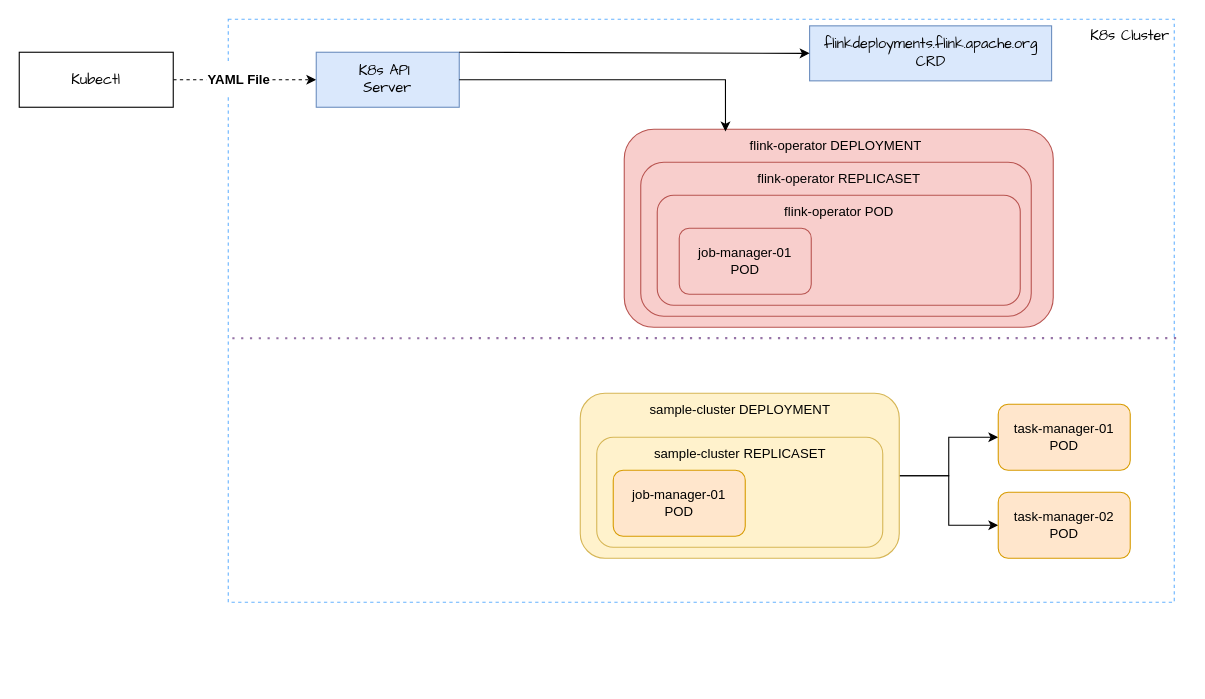
xinzhuxiansheng/blog-notes keeps this draw.io diagram as page "YAML 提交" (1 of 4) of Drawio/Flink Kubernetes Operator.drawio. Above is the earlier version. Source tidied: cells renumbered, new cells numbered last; positions are measured from the earlier drawing's top-left corner, leaving out a move shared by most shapes. Both pictures are drawn from the tidied source at 110%, with x=0, y=0 at pixel (19, 19).
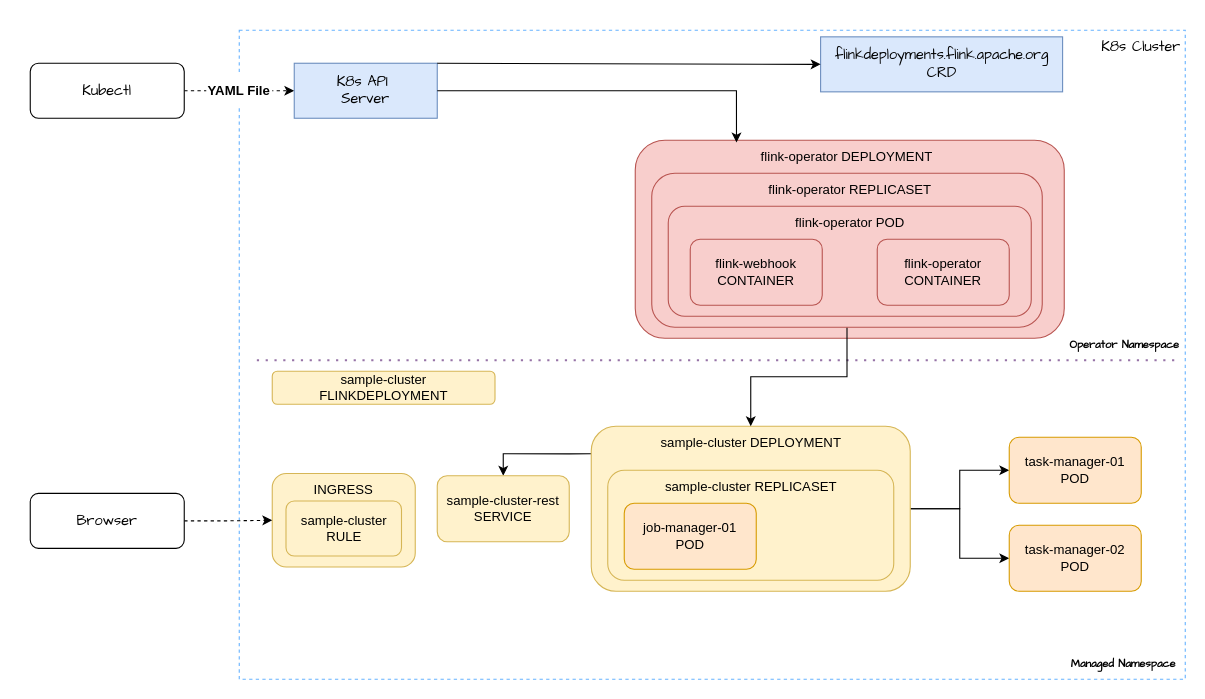
The same page after the edit.

The edit, as a diff of the source:
```diff
@@
-    <mxCell id="2" style="rounded=0;whiteSpace=wrap;html=1;gradientColor=none;fillColor=none;dashed=1;strokeColor=#66B2FF;fontFamily=Comic Sans MS;fontSize=13;" parent="1" vertex="1">
-      <mxGeometry x="190" width="860" height="530" as="geometry" />
-    </mxCell>
+    <mxCell id="28" style="rounded=0;whiteSpace=wrap;html=1;gradientColor=none;fillColor=none;dashed=1;strokeColor=#66B2FF;fontFamily=Comic Sans MS;fontSize=13;" parent="1" vertex="1">
+      <mxGeometry x="200" y="10" width="860" height="590" as="geometry" />
+    </mxCell>
@@
-    <mxCell id="4" value="Kubectl" style="rounded=0;whiteSpace=wrap;html=1;fontFamily=Comic Sans MS;fontSize=13;" parent="1" vertex="1">
-      <mxGeometry y="30" width="140" height="50" as="geometry" />
+    <mxCell id="4" value="Kubectl" style="rounded=1;whiteSpace=wrap;html=1;fontFamily=Comic Sans MS;fontSize=13;" parent="1" vertex="1">
+      <mxGeometry x="10" y="40" width="140" height="50" as="geometry" />
     </mxCell>
     <mxCell id="5" value="K8s API&amp;nbsp;&lt;br style=&quot;font-size: 13px;&quot;&gt;Server" style="rounded=0;whiteSpace=wrap;html=1;fontFamily=Comic Sans MS;fontSize=13;fillColor=#dae8fc;strokeColor=#6c8ebf;" parent="1" vertex="1">
-      <mxGeometry x="270" y="30" width="130" height="50" as="geometry" />
+      <mxGeometry x="250" y="40" width="130" height="50" as="geometry" />
     </mxCell>
     <mxCell id="6" value="flinkdeployments.flink.apache.org&lt;br&gt;CRD" style="rounded=0;whiteSpace=wrap;html=1;fontFamily=Comic Sans MS;fontSize=13;fillColor=#dae8fc;strokeColor=#6c8ebf;" parent="1" vertex="1">
-      <mxGeometry x="718.5" y="6" width="220" height="50" as="geometry" />
+      <mxGeometry x="728.5" y="16" width="220" height="50" as="geometry" />
     </mxCell>
     <mxCell id="7" value="K8s Cluster" style="text;html=1;align=center;verticalAlign=middle;whiteSpace=wrap;rounded=0;fontFamily=Comic Sans MS;fontSize=13;" parent="1" vertex="1">
-      <mxGeometry x="970" width="80" height="30" as="geometry" />
+      <mxGeometry x="980" y="10" width="80" height="30" as="geometry" />
     </mxCell>
     <mxCell id="8" value="YAML File" style="text;html=1;align=center;verticalAlign=middle;whiteSpace=wrap;rounded=0;fillColor=default;fontStyle=1;" parent="1" vertex="1">
-      <mxGeometry x="170" y="40" width="60" height="30" as="geometry" />
+      <mxGeometry x="170" y="50" width="60" height="30" as="geometry" />
     </mxCell>
-    <mxCell id="9" style="endArrow=none;dashed=1;html=1;dashPattern=1 3;strokeWidth=2;rounded=0;exitX=1.002;exitY=0.547;exitDx=0;exitDy=0;entryX=0;entryY=0.25;entryDx=0;entryDy=0;fillColor=#e1d5e7;strokeColor=#9673a6;exitPerimeter=0;" parent="1" edge="1" source="2">
-      <mxGeometry relative="1" as="geometry">
-        <mxPoint x="190" y="290" as="targetPoint" />
-      </mxGeometry>
-    </mxCell>
-    <mxCell id="10" style="edgeStyle=orthogonalEdgeStyle;rounded=0;jettySize=auto;html=1;entryX=0;entryY=0.5;entryDx=0;entryDy=0;" parent="1" edge="1" source="12" target="17">
-      <mxGeometry relative="1" as="geometry" />
-    </mxCell>
-    <mxCell id="11" style="edgeStyle=orthogonalEdgeStyle;rounded=0;jettySize=auto;html=1;" parent="1" edge="1" source="12" target="18">
-      <mxGeometry relative="1" as="geometry" />
-    </mxCell>
-    <mxCell id="12" style="rounded=1;whiteSpace=wrap;html=1;fillColor=#fff2cc;strokeColor=#d6b656;" parent="1" vertex="1">
-      <mxGeometry x="510" y="340" width="290" height="150" as="geometry" />
-    </mxCell>
-    <mxCell id="13" style="rounded=1;whiteSpace=wrap;html=1;fillColor=#fff2cc;strokeColor=#d6b656;" parent="1" vertex="1">
-      <mxGeometry x="525" y="380" width="260" height="100" as="geometry" />
-    </mxCell>
+    <mxCell id="29" style="endArrow=none;dashed=1;html=1;dashPattern=1 3;strokeWidth=2;rounded=0;fillColor=#e1d5e7;strokeColor=#9673a6;" parent="1" edge="1">
+      <mxGeometry relative="1" as="geometry">
+        <mxPoint x="1050" y="310" as="sourcePoint" />
+        <mxPoint x="210" y="310" as="targetPoint" />
+      </mxGeometry>
+    </mxCell>
+    <mxCell id="30" style="edgeStyle=orthogonalEdgeStyle;rounded=0;jettySize=auto;html=1;entryX=0;entryY=0.5;entryDx=0;entryDy=0;" parent="1" edge="1" source="33" target="17">
+      <mxGeometry relative="1" as="geometry" />
+    </mxCell>
+    <mxCell id="31" style="edgeStyle=orthogonalEdgeStyle;rounded=0;jettySize=auto;html=1;" parent="1" edge="1" source="33" target="18">
+      <mxGeometry relative="1" as="geometry" />
+    </mxCell>
+    <mxCell id="32" style="edgeStyle=orthogonalEdgeStyle;rounded=0;jettySize=auto;html=1;entryX=0.5;entryY=0;entryDx=0;entryDy=0;exitX=0;exitY=0.167;exitDx=0;exitDy=0;exitPerimeter=0;" parent="1" edge="1" source="33" target="43">
+      <mxGeometry relative="1" as="geometry" />
+    </mxCell>
+    <mxCell id="33" style="rounded=1;whiteSpace=wrap;html=1;fillColor=#fff2cc;strokeColor=#d6b656;" parent="1" vertex="1">
+      <mxGeometry x="520" y="370" width="290" height="150" as="geometry" />
+    </mxCell>
+    <mxCell id="34" style="rounded=1;whiteSpace=wrap;html=1;fillColor=#fff2cc;strokeColor=#d6b656;" parent="1" vertex="1">
+      <mxGeometry x="535" y="410" width="260" height="100" as="geometry" />
+    </mxCell>
     <mxCell id="14" value="job-manager-01&lt;br&gt;POD" style="rounded=1;whiteSpace=wrap;html=1;fillColor=#ffe6cc;strokeColor=#d79b00;" parent="1" vertex="1">
-      <mxGeometry x="540" y="410" width="120" height="60" as="geometry" />
+      <mxGeometry x="550" y="440" width="120" height="60" as="geometry" />
     </mxCell>
     <mxCell id="15" value="sample-cluster DEPLOYMENT" style="text;html=1;align=center;verticalAlign=middle;whiteSpace=wrap;rounded=0;" parent="1" vertex="1">
-      <mxGeometry x="567.5" y="340" width="175" height="30" as="geometry" />
+      <mxGeometry x="577.5" y="370" width="175" height="30" as="geometry" />
     </mxCell>
     <mxCell id="16" value="sample-cluster REPLICASET" style="text;html=1;align=center;verticalAlign=middle;whiteSpace=wrap;rounded=0;" parent="1" vertex="1">
-      <mxGeometry x="567.5" y="380" width="175" height="30" as="geometry" />
+      <mxGeometry x="577.5" y="410" width="175" height="30" as="geometry" />
     </mxCell>
     <mxCell id="17" value="task-manager-01&lt;br&gt;POD" style="rounded=1;whiteSpace=wrap;html=1;fillColor=#ffe6cc;strokeColor=#d79b00;" parent="1" vertex="1">
-      <mxGeometry x="890" y="350" width="120" height="60" as="geometry" />
+      <mxGeometry x="900" y="380" width="120" height="60" as="geometry" />
     </mxCell>
     <mxCell id="18" value="task-manager-02&lt;br&gt;POD" style="rounded=1;whiteSpace=wrap;html=1;fillColor=#ffe6cc;strokeColor=#d79b00;" parent="1" vertex="1">
-      <mxGeometry x="890" y="430" width="120" height="60" as="geometry" />
+      <mxGeometry x="900" y="460" width="120" height="60" as="geometry" />
     </mxCell>
-    <mxCell id="19" style="rounded=1;whiteSpace=wrap;html=1;fillColor=#f8cecc;strokeColor=#b85450;" parent="1" vertex="1">
-      <mxGeometry x="550" y="100" width="390" height="180" as="geometry" />
-    </mxCell>
-    <mxCell id="20" style="rounded=1;whiteSpace=wrap;html=1;fillColor=#f8cecc;strokeColor=#b85450;" parent="1" vertex="1">
-      <mxGeometry x="565" y="130" width="355" height="140" as="geometry" />
-    </mxCell>
-    <mxCell id="21" style="rounded=1;whiteSpace=wrap;html=1;fillColor=#f8cecc;strokeColor=#b85450;" parent="1" vertex="1">
-      <mxGeometry x="580" y="160" width="330" height="100" as="geometry" />
-    </mxCell>
+    <mxCell id="35" style="rounded=1;whiteSpace=wrap;html=1;fillColor=#f8cecc;strokeColor=#b85450;" parent="1" vertex="1">
+      <mxGeometry x="560" y="110" width="390" height="180" as="geometry" />
+    </mxCell>
+    <mxCell id="36" style="edgeStyle=orthogonalEdgeStyle;rounded=0;jettySize=auto;html=1;entryX=0.5;entryY=0;entryDx=0;entryDy=0;" parent="1" edge="1" source="37" target="15">
+      <mxGeometry relative="1" as="geometry" />
+    </mxCell>
+    <mxCell id="37" style="rounded=1;whiteSpace=wrap;html=1;fillColor=#f8cecc;strokeColor=#b85450;" parent="1" vertex="1">
+      <mxGeometry x="575" y="140" width="355" height="140" as="geometry" />
+    </mxCell>
+    <mxCell id="38" style="rounded=1;whiteSpace=wrap;html=1;fillColor=#f8cecc;strokeColor=#b85450;" parent="1" vertex="1">
+      <mxGeometry x="590" y="170" width="330" height="100" as="geometry" />
+    </mxCell>
     <mxCell id="22" value="flink-operator DEPLOYMENT" style="text;html=1;align=center;verticalAlign=middle;whiteSpace=wrap;rounded=0;" parent="1" vertex="1">
-      <mxGeometry x="655" y="100" width="175" height="30" as="geometry" />
+      <mxGeometry x="665" y="110" width="175" height="30" as="geometry" />
     </mxCell>
     <mxCell id="23" value="flink-operator REPLICASET" style="text;html=1;align=center;verticalAlign=middle;whiteSpace=wrap;rounded=0;" parent="1" vertex="1">
-      <mxGeometry x="657.5" y="130" width="175" height="30" as="geometry" />
+      <mxGeometry x="667.5" y="140" width="175" height="30" as="geometry" />
     </mxCell>
-    <mxCell id="24" value="job-manager-01&lt;br&gt;POD" style="rounded=1;whiteSpace=wrap;html=1;fillColor=#f8cecc;strokeColor=#b85450;" parent="1" vertex="1">
-      <mxGeometry x="600" y="190" width="120" height="60" as="geometry" />
-    </mxCell>
+    <mxCell id="39" value="flink-webhook&lt;div&gt;CONTAINER&lt;/div&gt;" style="rounded=1;whiteSpace=wrap;html=1;fillColor=#f8cecc;strokeColor=#b85450;" parent="1" vertex="1">
+      <mxGeometry x="610" y="200" width="120" height="60" as="geometry" />
+    </mxCell>
     <mxCell id="25" value="flink-operator POD" style="text;html=1;align=center;verticalAlign=middle;whiteSpace=wrap;rounded=0;" parent="1" vertex="1">
-      <mxGeometry x="657.5" y="160" width="175" height="30" as="geometry" />
+      <mxGeometry x="667.5" y="170" width="175" height="30" as="geometry" />
     </mxCell>
@@
-    <mxCell id="27" style="edgeStyle=orthogonalEdgeStyle;rounded=0;jettySize=auto;html=1;entryX=0.236;entryY=0.011;entryDx=0;entryDy=0;entryPerimeter=0;" parent="1" edge="1" source="5" target="19">
-      <mxGeometry relative="1" as="geometry" />
-    </mxCell>
+    <mxCell id="40" style="edgeStyle=orthogonalEdgeStyle;rounded=0;jettySize=auto;html=1;entryX=0.236;entryY=0.011;entryDx=0;entryDy=0;entryPerimeter=0;" parent="1" edge="1" source="5" target="35">
+      <mxGeometry relative="1" as="geometry" />
+    </mxCell>
+    <mxCell id="41" value="flink-operator&lt;div&gt;CONTAINER&lt;/div&gt;" style="rounded=1;whiteSpace=wrap;html=1;fillColor=#f8cecc;strokeColor=#b85450;" parent="1" vertex="1">
+      <mxGeometry x="780" y="200" width="120" height="60" as="geometry" />
+    </mxCell>
+    <mxCell id="42" value="Operator Namespace" style="text;html=1;align=center;verticalAlign=middle;whiteSpace=wrap;rounded=0;fontFamily=Comic Sans MS;fontSize=10;fontStyle=1;" parent="1" vertex="1">
+      <mxGeometry x="950" y="280" width="110" height="30" as="geometry" />
+    </mxCell>
+    <mxCell id="43" value="sample-cluster-rest&lt;br&gt;SERVICE" style="rounded=1;whiteSpace=wrap;html=1;fillColor=#fff2cc;strokeColor=#d6b656;" parent="1" vertex="1">
+      <mxGeometry x="380" y="415" width="120" height="60" as="geometry" />
+    </mxCell>
+    <mxCell id="44" style="rounded=1;whiteSpace=wrap;html=1;fillColor=#fff2cc;strokeColor=#d6b656;" parent="1" vertex="1">
+      <mxGeometry x="230" y="413" width="130" height="85" as="geometry" />
+    </mxCell>
+    <mxCell id="45" value="sample-cluster&lt;div&gt;RULE&lt;/div&gt;" style="rounded=1;whiteSpace=wrap;html=1;fillColor=#fff2cc;strokeColor=#d6b656;" parent="1" vertex="1">
+      <mxGeometry x="242.5" y="438" width="105" height="50" as="geometry" />
+    </mxCell>
+    <mxCell id="46" value="INGRESS" style="text;html=1;align=center;verticalAlign=middle;whiteSpace=wrap;rounded=0;" parent="1" vertex="1">
+      <mxGeometry x="265" y="413" width="60" height="30" as="geometry" />
+    </mxCell>
+    <mxCell id="47" value="sample-cluster&lt;div&gt;FLINKDEPLOYMENT&lt;/div&gt;" style="rounded=1;whiteSpace=wrap;html=1;fillColor=#fff2cc;strokeColor=#d6b656;" parent="1" vertex="1">
+      <mxGeometry x="230" y="320" width="202.5" height="30" as="geometry" />
+    </mxCell>
+    <mxCell id="48" value="Managed Namespace" style="text;html=1;align=center;verticalAlign=middle;whiteSpace=wrap;rounded=0;fontFamily=Comic Sans MS;fontSize=10;fontStyle=1;" parent="1" vertex="1">
+      <mxGeometry x="948.5" y="570" width="110" height="30" as="geometry" />
+    </mxCell>
+    <mxCell id="49" style="edgeStyle=orthogonalEdgeStyle;rounded=0;jettySize=auto;html=1;entryX=0;entryY=0.5;entryDx=0;entryDy=0;dashed=1;" parent="1" edge="1" source="50" target="44">
+      <mxGeometry relative="1" as="geometry" />
+    </mxCell>
+    <mxCell id="50" value="Browser" style="rounded=1;whiteSpace=wrap;html=1;fontFamily=Comic Sans MS;fontSize=13;" parent="1" vertex="1">
+      <mxGeometry x="10" y="431" width="140" height="50" as="geometry" />
+    </mxCell>
```
